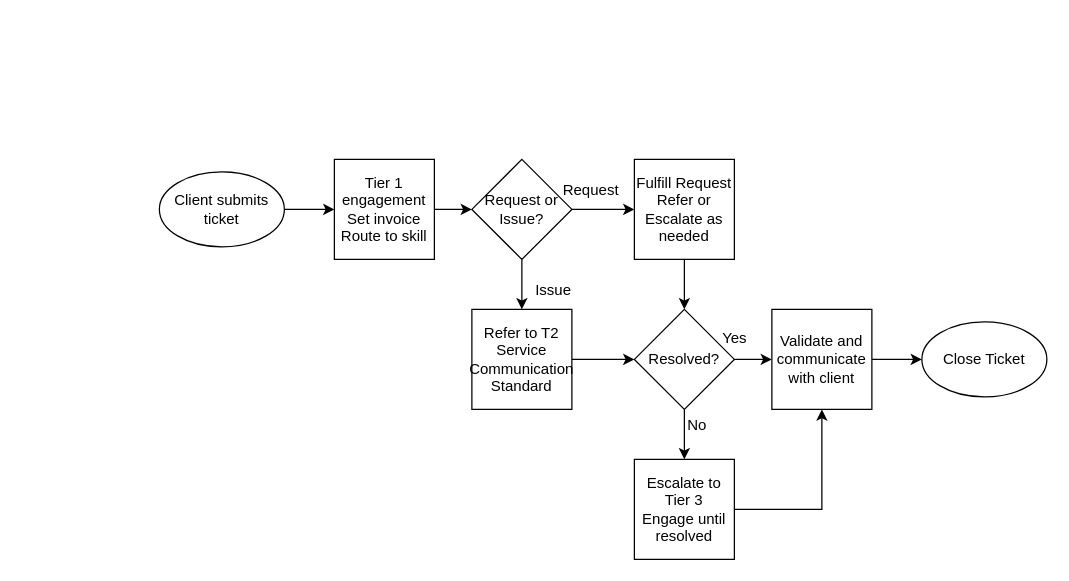
adrian-feigl/markdown-portfolio keeps this draw.io diagram as page "Page-2" (2 of 3) of Untitled Diagram.drawio. Above is the earlier version. Source tidied: cells renumbered, new cells numbered last; positions are measured from the earlier drawing's top-left corner, leaving out a move shared by most shapes. Both pictures are drawn from the tidied source at 125%, with x=0, y=0 at pixel (159, 159).
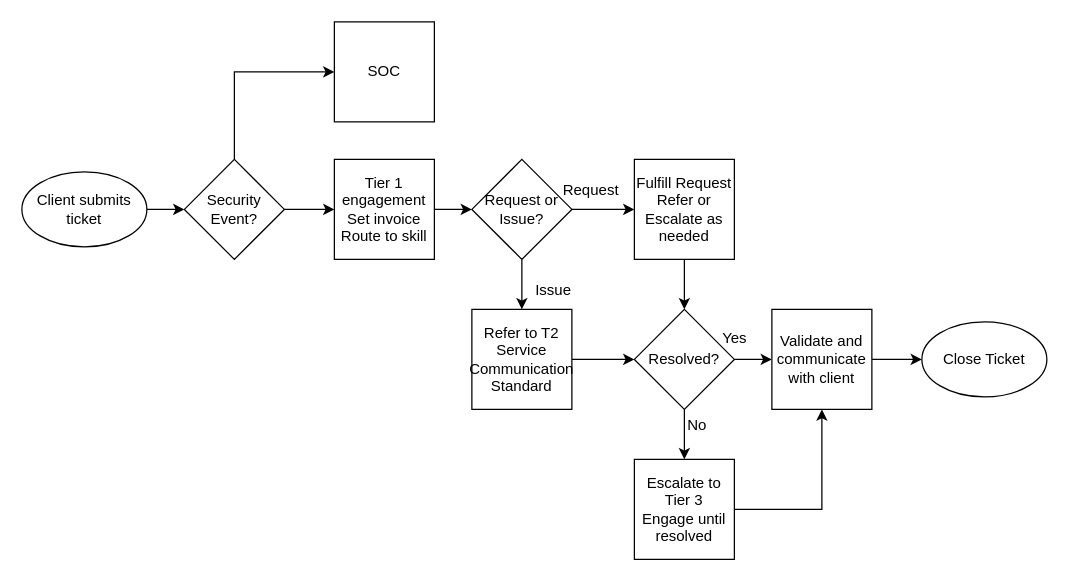
The same page after the edit.

The change refers to these unchanged cells:
```xml
<mxCell id="5" value="Tier 1 engagement&lt;br&gt;Set invoice&lt;br&gt;Route to skill" style="whiteSpace=wrap;html=1;" parent="1" vertex="1">
  <mxGeometry x="140" width="80" height="80" as="geometry" />
</mxCell>
```

What changed in the source:
```diff
@@
-    <mxCell id="2" style="edgeStyle=orthogonalEdgeStyle;rounded=0;jettySize=auto;html=1;" parent="1" edge="1" source="3" target="5">
-      <mxGeometry relative="1" as="geometry" />
-    </mxCell>
+    <mxCell id="25" style="edgeStyle=orthogonalEdgeStyle;rounded=0;jettySize=auto;html=1;" parent="1" edge="1" source="3" target="28">
+      <mxGeometry relative="1" as="geometry" />
+    </mxCell>
     <mxCell id="3" value="Client submits ticket" style="ellipse;whiteSpace=wrap;html=1;" parent="1" vertex="1">
-      <mxGeometry y="10" width="100" height="60" as="geometry" />
+      <mxGeometry x="-110" y="10" width="100" height="60" as="geometry" />
     </mxCell>
@@
+    <mxCell id="26" style="edgeStyle=orthogonalEdgeStyle;rounded=0;jettySize=auto;html=1;" parent="1" edge="1" source="28" target="5">
+      <mxGeometry relative="1" as="geometry" />
+    </mxCell>
+    <mxCell id="27" style="edgeStyle=orthogonalEdgeStyle;rounded=0;jettySize=auto;html=1;entryX=0;entryY=0.5;entryDx=0;entryDy=0;" parent="1" edge="1" source="28" target="29">
+      <mxGeometry relative="1" as="geometry">
+        <Array as="points">
+          <mxPoint x="60" y="-70" />
+        </Array>
+      </mxGeometry>
+    </mxCell>
+    <mxCell id="28" value="Security Event?" style="rhombus;whiteSpace=wrap;html=1;" parent="1" vertex="1">
+      <mxGeometry x="20" width="80" height="80" as="geometry" />
+    </mxCell>
+    <mxCell id="29" value="SOC" style="whiteSpace=wrap;html=1;" parent="1" vertex="1">
+      <mxGeometry x="140" y="-110" width="80" height="80" as="geometry" />
+    </mxCell>
```
